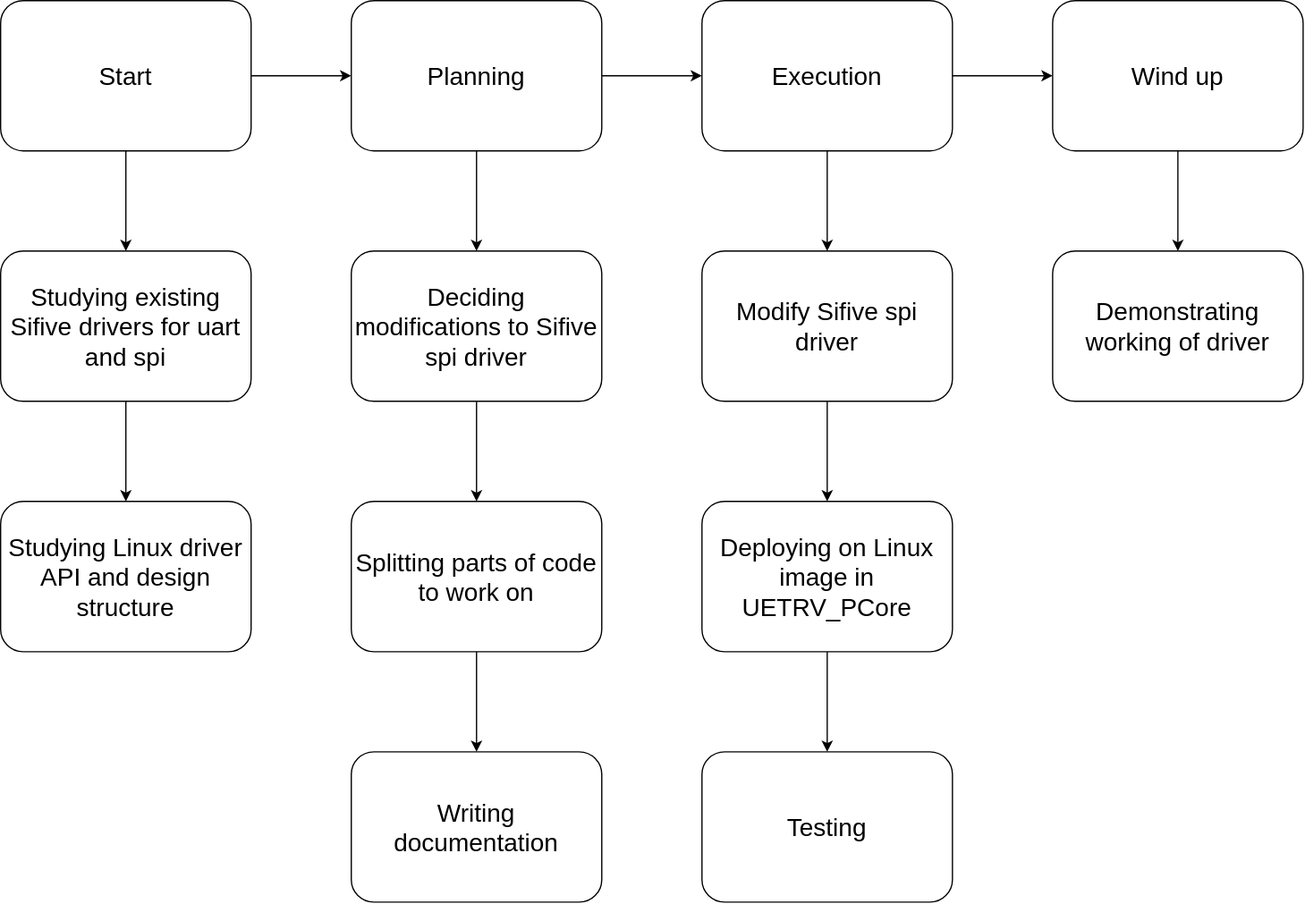
Above: docs/project_flow.drawio.svg in TayyabHmza/spi_driver (draw.io), before the change. Source tidied: cells renumbered, new cells last; positions are measured from the earlier drawing's top-left corner, leaving out a move shared by most shapes. Source of this version:
```xml
<mxGraphModel>
  <root>
    <mxCell id="0" style="html=1;" />
    <mxCell id="1" style="html=1;" parent="0" />
    <mxCell id="2" style="edgeStyle=orthogonalEdgeStyle;rounded=0;jettySize=auto;html=1;" parent="1" edge="1" source="4" target="7">
      <mxGeometry relative="1" as="geometry" />
    </mxCell>
    <mxCell id="3" style="edgeStyle=orthogonalEdgeStyle;rounded=0;jettySize=auto;html=1;" parent="1" edge="1" source="4" target="14">
      <mxGeometry relative="1" as="geometry" />
    </mxCell>
    <mxCell id="4" value="Start" style="rounded=1;whiteSpace=wrap;html=1;fontSize=20;" parent="1" vertex="1">
      <mxGeometry width="200" height="120" as="geometry" />
    </mxCell>
    <mxCell id="5" style="edgeStyle=orthogonalEdgeStyle;rounded=0;jettySize=auto;html=1;" parent="1" edge="1" source="7" target="10">
      <mxGeometry relative="1" as="geometry" />
    </mxCell>
    <mxCell id="6" style="edgeStyle=orthogonalEdgeStyle;rounded=0;jettySize=auto;html=1;" parent="1" edge="1" source="7" target="17">
      <mxGeometry relative="1" as="geometry" />
    </mxCell>
    <mxCell id="7" value="Planning" style="rounded=1;whiteSpace=wrap;html=1;fontSize=20;" parent="1" vertex="1">
      <mxGeometry x="280" width="200" height="120" as="geometry" />
    </mxCell>
    <mxCell id="8" style="edgeStyle=orthogonalEdgeStyle;rounded=0;jettySize=auto;html=1;" parent="1" edge="1" source="10" target="12">
      <mxGeometry relative="1" as="geometry" />
    </mxCell>
    <mxCell id="9" style="edgeStyle=orthogonalEdgeStyle;rounded=0;jettySize=auto;html=1;" parent="1" edge="1" source="10" target="22">
      <mxGeometry relative="1" as="geometry" />
    </mxCell>
    <mxCell id="10" value="Execution" style="rounded=1;whiteSpace=wrap;html=1;fontSize=20;" parent="1" vertex="1">
      <mxGeometry x="560" width="200" height="120" as="geometry" />
    </mxCell>
    <mxCell id="11" style="edgeStyle=orthogonalEdgeStyle;rounded=0;jettySize=auto;html=1;" parent="1" edge="1" source="12" target="26">
      <mxGeometry relative="1" as="geometry" />
    </mxCell>
    <mxCell id="12" value="Wind up" style="rounded=1;whiteSpace=wrap;html=1;fontSize=20;" parent="1" vertex="1">
      <mxGeometry x="840" width="200" height="120" as="geometry" />
    </mxCell>
    <mxCell id="13" style="edgeStyle=orthogonalEdgeStyle;rounded=0;jettySize=auto;html=1;" parent="1" edge="1" source="14" target="15">
      <mxGeometry relative="1" as="geometry" />
    </mxCell>
    <mxCell id="14" value="Studying existing Sifive drivers for uart and spi" style="rounded=1;whiteSpace=wrap;html=1;fontSize=20;" parent="1" vertex="1">
      <mxGeometry y="200" width="200" height="120" as="geometry" />
    </mxCell>
    <mxCell id="15" value="Studying Linux driver API and design s&lt;span style=&quot;background-color: initial;&quot;&gt;tructure&lt;/span&gt;" style="rounded=1;whiteSpace=wrap;html=1;fontSize=20;" parent="1" vertex="1">
      <mxGeometry y="400" width="200" height="120" as="geometry" />
    </mxCell>
    <mxCell id="16" style="edgeStyle=orthogonalEdgeStyle;rounded=0;jettySize=auto;html=1;" parent="1" edge="1" source="17" target="19">
      <mxGeometry relative="1" as="geometry" />
    </mxCell>
    <mxCell id="17" value="Deciding modifications to Sifive spi driver" style="rounded=1;whiteSpace=wrap;html=1;fontSize=20;" parent="1" vertex="1">
      <mxGeometry x="280" y="200" width="200" height="120" as="geometry" />
    </mxCell>
    <mxCell id="18" style="edgeStyle=orthogonalEdgeStyle;rounded=0;jettySize=auto;html=1;" parent="1" edge="1" source="19" target="20">
      <mxGeometry relative="1" as="geometry" />
    </mxCell>
    <mxCell id="19" value="Splitting parts of code to work on" style="rounded=1;whiteSpace=wrap;html=1;fontSize=20;" parent="1" vertex="1">
      <mxGeometry x="280" y="400" width="200" height="120" as="geometry" />
    </mxCell>
    <mxCell id="20" value="Writing documentation" style="rounded=1;whiteSpace=wrap;html=1;fontSize=20;" parent="1" vertex="1">
      <mxGeometry x="280" y="600" width="200" height="120" as="geometry" />
    </mxCell>
    <mxCell id="21" style="edgeStyle=orthogonalEdgeStyle;rounded=0;jettySize=auto;html=1;" parent="1" edge="1" source="22" target="24">
      <mxGeometry relative="1" as="geometry" />
    </mxCell>
    <mxCell id="22" value="Modify Sifive spi driver" style="rounded=1;whiteSpace=wrap;html=1;fontSize=20;" parent="1" vertex="1">
      <mxGeometry x="560" y="200" width="200" height="120" as="geometry" />
    </mxCell>
    <mxCell id="23" style="edgeStyle=orthogonalEdgeStyle;rounded=0;jettySize=auto;html=1;" parent="1" edge="1" source="24" target="25">
      <mxGeometry relative="1" as="geometry" />
    </mxCell>
    <mxCell id="24" value="Deploying on Linux image in UETRV_PCore" style="rounded=1;whiteSpace=wrap;html=1;fontSize=20;" parent="1" vertex="1">
      <mxGeometry x="560" y="400" width="200" height="120" as="geometry" />
    </mxCell>
    <mxCell id="25" value="Testing" style="rounded=1;whiteSpace=wrap;html=1;fontSize=20;" parent="1" vertex="1">
      <mxGeometry x="560" y="600" width="200" height="120" as="geometry" />
    </mxCell>
    <mxCell id="26" value="Demonstrating working of driver" style="rounded=1;whiteSpace=wrap;html=1;fontSize=20;" parent="1" vertex="1">
      <mxGeometry x="840" y="200" width="200" height="120" as="geometry" />
    </mxCell>
  </root>
</mxGraphModel>
```
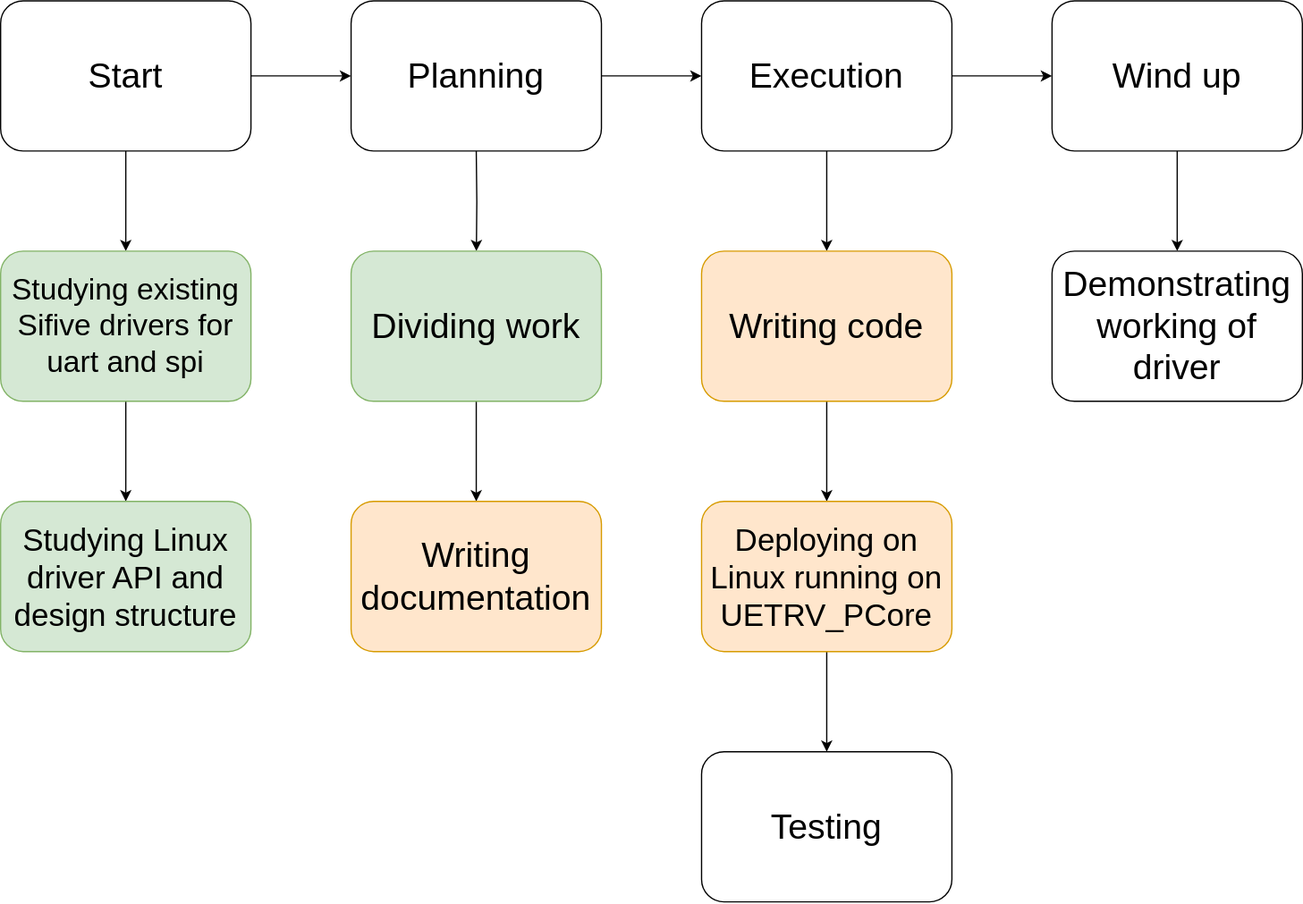
The same file after the commit.

What changed in the source:
```diff
@@ -2,79 +2,75 @@
   <root>
     <mxCell id="0" style="html=1;" />
     <mxCell id="1" style="html=1;" parent="0" />
-    <mxCell id="2" style="edgeStyle=orthogonalEdgeStyle;rounded=0;jettySize=auto;html=1;" parent="1" edge="1" source="4" target="7">
+    <mxCell id="2" style="edgeStyle=orthogonalEdgeStyle;rounded=0;jettySize=auto;html=1;fontSize=28;" parent="1" edge="1" source="4" target="7">
       <mxGeometry relative="1" as="geometry" />
     </mxCell>
-    <mxCell id="3" style="edgeStyle=orthogonalEdgeStyle;rounded=0;jettySize=auto;html=1;" parent="1" edge="1" source="4" target="14">
+    <mxCell id="3" style="edgeStyle=orthogonalEdgeStyle;rounded=0;jettySize=auto;html=1;fontSize=28;" parent="1" edge="1" source="4" target="14">
       <mxGeometry relative="1" as="geometry" />
     </mxCell>
-    <mxCell id="4" value="Start" style="rounded=1;whiteSpace=wrap;html=1;fontSize=20;" parent="1" vertex="1">
+    <mxCell id="4" value="Start" style="rounded=1;whiteSpace=wrap;html=1;fontSize=28;" parent="1" vertex="1">
       <mxGeometry width="200" height="120" as="geometry" />
     </mxCell>
-    <mxCell id="5" style="edgeStyle=orthogonalEdgeStyle;rounded=0;jettySize=auto;html=1;" parent="1" edge="1" source="7" target="10">
+    <mxCell id="5" style="edgeStyle=orthogonalEdgeStyle;rounded=0;jettySize=auto;html=1;fontSize=28;" parent="1" edge="1" source="7" target="10">
       <mxGeometry relative="1" as="geometry" />
     </mxCell>
-    <mxCell id="6" style="edgeStyle=orthogonalEdgeStyle;rounded=0;jettySize=auto;html=1;" parent="1" edge="1" source="7" target="17">
-      <mxGeometry relative="1" as="geometry" />
-    </mxCell>
-    <mxCell id="7" value="Planning" style="rounded=1;whiteSpace=wrap;html=1;fontSize=20;" parent="1" vertex="1">
+    <mxCell id="7" value="Planning" style="rounded=1;whiteSpace=wrap;html=1;fontSize=28;" parent="1" vertex="1">
       <mxGeometry x="280" width="200" height="120" as="geometry" />
     </mxCell>
-    <mxCell id="8" style="edgeStyle=orthogonalEdgeStyle;rounded=0;jettySize=auto;html=1;" parent="1" edge="1" source="10" target="12">
+    <mxCell id="8" style="edgeStyle=orthogonalEdgeStyle;rounded=0;jettySize=auto;html=1;fontSize=28;" parent="1" edge="1" source="10" target="12">
       <mxGeometry relative="1" as="geometry" />
     </mxCell>
-    <mxCell id="9" style="edgeStyle=orthogonalEdgeStyle;rounded=0;jettySize=auto;html=1;" parent="1" edge="1" source="10" target="22">
+    <mxCell id="9" style="edgeStyle=orthogonalEdgeStyle;rounded=0;jettySize=auto;html=1;fontSize=28;" parent="1" edge="1" source="10" target="22">
       <mxGeometry relative="1" as="geometry" />
     </mxCell>
-    <mxCell id="10" value="Execution" style="rounded=1;whiteSpace=wrap;html=1;fontSize=20;" parent="1" vertex="1">
+    <mxCell id="10" value="Execution" style="rounded=1;whiteSpace=wrap;html=1;fontSize=28;" parent="1" vertex="1">
       <mxGeometry x="560" width="200" height="120" as="geometry" />
     </mxCell>
-    <mxCell id="11" style="edgeStyle=orthogonalEdgeStyle;rounded=0;jettySize=auto;html=1;" parent="1" edge="1" source="12" target="26">
+    <mxCell id="11" style="edgeStyle=orthogonalEdgeStyle;rounded=0;jettySize=auto;html=1;fontSize=28;" parent="1" edge="1" source="12" target="26">
       <mxGeometry relative="1" as="geometry" />
     </mxCell>
-    <mxCell id="12" value="Wind up" style="rounded=1;whiteSpace=wrap;html=1;fontSize=20;" parent="1" vertex="1">
+    <mxCell id="12" value="Wind up" style="rounded=1;whiteSpace=wrap;html=1;fontSize=28;" parent="1" vertex="1">
       <mxGeometry x="840" width="200" height="120" as="geometry" />
     </mxCell>
-    <mxCell id="13" style="edgeStyle=orthogonalEdgeStyle;rounded=0;jettySize=auto;html=1;" parent="1" edge="1" source="14" target="15">
+    <mxCell id="13" style="edgeStyle=orthogonalEdgeStyle;rounded=0;jettySize=auto;html=1;fontSize=28;" parent="1" edge="1" source="14" target="15">
       <mxGeometry relative="1" as="geometry" />
     </mxCell>
-    <mxCell id="14" value="Studying existing Sifive drivers for uart and spi" style="rounded=1;whiteSpace=wrap;html=1;fontSize=20;" parent="1" vertex="1">
+    <mxCell id="14" value="Studying existing Sifive drivers for uart and spi" style="rounded=1;whiteSpace=wrap;html=1;fontSize=24;fillColor=#d5e8d4;strokeColor=#82b366;" parent="1" vertex="1">
       <mxGeometry y="200" width="200" height="120" as="geometry" />
     </mxCell>
-    <mxCell id="15" value="Studying Linux driver API and design s&lt;span style=&quot;background-color: initial;&quot;&gt;tructure&lt;/span&gt;" style="rounded=1;whiteSpace=wrap;html=1;fontSize=20;" parent="1" vertex="1">
+    <mxCell id="15" value="Studying Linux driver API and design s&lt;span style=&quot;background-color: initial; font-size: 25px;&quot;&gt;tructure&lt;/span&gt;" style="rounded=1;whiteSpace=wrap;html=1;fontSize=25;fillColor=#d5e8d4;strokeColor=#82b366;" parent="1" vertex="1">
       <mxGeometry y="400" width="200" height="120" as="geometry" />
     </mxCell>
-    <mxCell id="16" style="edgeStyle=orthogonalEdgeStyle;rounded=0;jettySize=auto;html=1;" parent="1" edge="1" source="17" target="19">
-      <mxGeometry relative="1" as="geometry" />
+    <mxCell id="16" style="edgeStyle=orthogonalEdgeStyle;rounded=0;jettySize=auto;html=1;fontSize=28;" parent="1" edge="1" target="19">
+      <mxGeometry relative="1" as="geometry">
+        <mxPoint x="380" y="120" as="sourcePoint" />
+      </mxGeometry>
     </mxCell>
-    <mxCell id="17" value="Deciding modifications to Sifive spi driver" style="rounded=1;whiteSpace=wrap;html=1;fontSize=20;" parent="1" vertex="1">
-      <mxGeometry x="280" y="200" width="200" height="120" as="geometry" />
-    </mxCell>
-    <mxCell id="18" style="edgeStyle=orthogonalEdgeStyle;rounded=0;jettySize=auto;html=1;" parent="1" edge="1" source="19" target="20">
+    <mxCell id="18" style="edgeStyle=orthogonalEdgeStyle;rounded=0;jettySize=auto;html=1;fontSize=28;" parent="1" edge="1" source="19" target="20">
       <mxGeometry relative="1" as="geometry" />
     </mxCell>
-    <mxCell id="19" value="Splitting parts of code to work on" style="rounded=1;whiteSpace=wrap;html=1;fontSize=20;" parent="1" vertex="1">
-      <mxGeometry x="280" y="400" width="200" height="120" as="geometry" />
+    <mxCell id="19" value="Dividing work" style="rounded=1;whiteSpace=wrap;html=1;fontSize=28;fillColor=#d5e8d4;strokeColor=#82b366;" parent="1" vertex="1">
+      <mxGeometry x="280" y="200" width="200" height="120" as="geometry" />
     </mxCell>
-    <mxCell id="20" value="Writing documentation" style="rounded=1;whiteSpace=wrap;html=1;fontSize=20;" parent="1" vertex="1">
-      <mxGeometry x="280" y="600" width="200" height="120" as="geometry" />
+    <mxCell id="20" value="Writing documentation" style="rounded=1;whiteSpace=wrap;html=1;fontSize=28;fillColor=#ffe6cc;strokeColor=#d79b00;" parent="1" vertex="1">
+      <mxGeometry x="280" y="400" width="200" height="120" as="geometry" />
     </mxCell>
-    <mxCell id="21" style="edgeStyle=orthogonalEdgeStyle;rounded=0;jettySize=auto;html=1;" parent="1" edge="1" source="22" target="24">
+    <mxCell id="21" style="edgeStyle=orthogonalEdgeStyle;rounded=0;jettySize=auto;html=1;fontSize=28;" parent="1" edge="1" source="22" target="24">
       <mxGeometry relative="1" as="geometry" />
     </mxCell>
-    <mxCell id="22" value="Modify Sifive spi driver" style="rounded=1;whiteSpace=wrap;html=1;fontSize=20;" parent="1" vertex="1">
+    <mxCell id="22" value="Writing code" style="rounded=1;whiteSpace=wrap;html=1;fontSize=28;fillColor=#ffe6cc;strokeColor=#d79b00;" parent="1" vertex="1">
       <mxGeometry x="560" y="200" width="200" height="120" as="geometry" />
     </mxCell>
-    <mxCell id="23" style="edgeStyle=orthogonalEdgeStyle;rounded=0;jettySize=auto;html=1;" parent="1" edge="1" source="24" target="25">
+    <mxCell id="23" style="edgeStyle=orthogonalEdgeStyle;rounded=0;jettySize=auto;html=1;fontSize=28;" parent="1" edge="1" source="24" target="25">
       <mxGeometry relative="1" as="geometry" />
     </mxCell>
-    <mxCell id="24" value="Deploying on Linux image in UETRV_PCore" style="rounded=1;whiteSpace=wrap;html=1;fontSize=20;" parent="1" vertex="1">
+    <mxCell id="24" value="Deploying on Linux running on UETRV_PCore" style="rounded=1;whiteSpace=wrap;html=1;fontSize=25;fillColor=#ffe6cc;strokeColor=#d79b00;" parent="1" vertex="1">
       <mxGeometry x="560" y="400" width="200" height="120" as="geometry" />
     </mxCell>
-    <mxCell id="25" value="Testing" style="rounded=1;whiteSpace=wrap;html=1;fontSize=20;" parent="1" vertex="1">
+    <mxCell id="25" value="Testing" style="rounded=1;whiteSpace=wrap;html=1;fontSize=28;" parent="1" vertex="1">
       <mxGeometry x="560" y="600" width="200" height="120" as="geometry" />
     </mxCell>
-    <mxCell id="26" value="Demonstrating working of driver" style="rounded=1;whiteSpace=wrap;html=1;fontSize=20;" parent="1" vertex="1">
+    <mxCell id="26" value="Demonstrating working of driver" style="rounded=1;whiteSpace=wrap;html=1;fontSize=28;" parent="1" vertex="1">
       <mxGeometry x="840" y="200" width="200" height="120" as="geometry" />
     </mxCell>
   </root>
```
